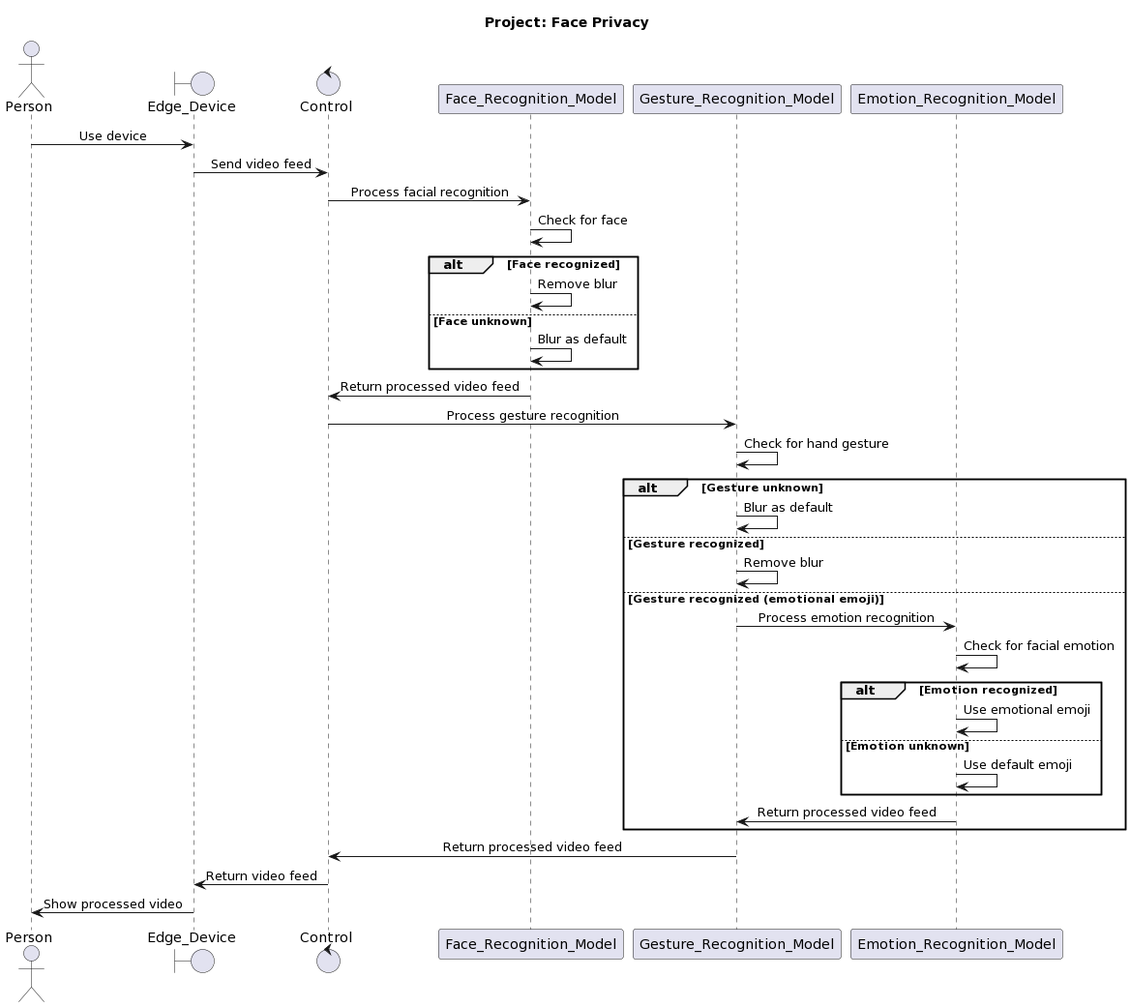
The PlantUML diagram doc/PlantUML_Sequence_Diagram.png in Team-Intel-Edge-AI/OnTheEdge, before a commit.
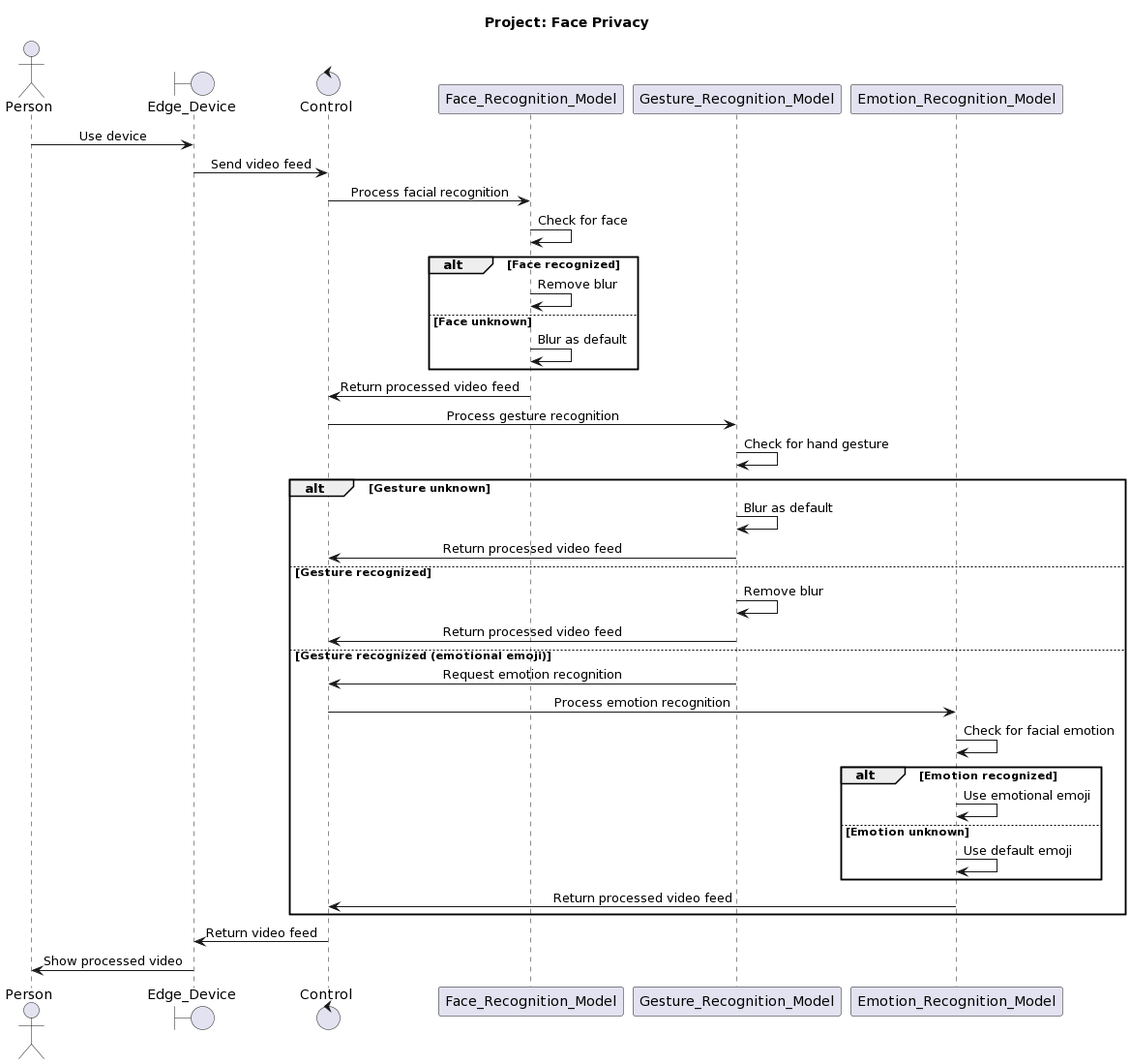
After the commit.

Commit message:
Third draft of sequence diagram (edit diagram so all AI models are called by the controller)

The edit, as a diff of the source:
```diff
@@ -26,19 +26,21 @@
 gesture -> gesture: Check for hand gesture
 alt Gesture unknown
     gesture -> gesture: Blur as default
+    gesture -> ctrl: Return processed video feed
 else Gesture recognized
     gesture -> gesture: Remove blur
+    gesture -> ctrl: Return processed video feed
 else Gesture recognized (emotional emoji)
-    gesture -> emotion: Process emotion recognition
+    gesture -> ctrl: Request emotion recognition
+    ctrl -> emotion: Process emotion recognition
     emotion -> emotion: Check for facial emotion
     alt Emotion recognized
         emotion -> emotion: Use emotional emoji
     else Emotion unknown
         emotion -> emotion: Use default emoji
     end
-    emotion -> gesture: Return processed video feed
+    emotion -> ctrl: Return processed video feed
 end
-gesture -> ctrl: Return processed video feed
 ctrl -> edge: Return video feed
 edge -> per: Show processed video
 @enduml
```
